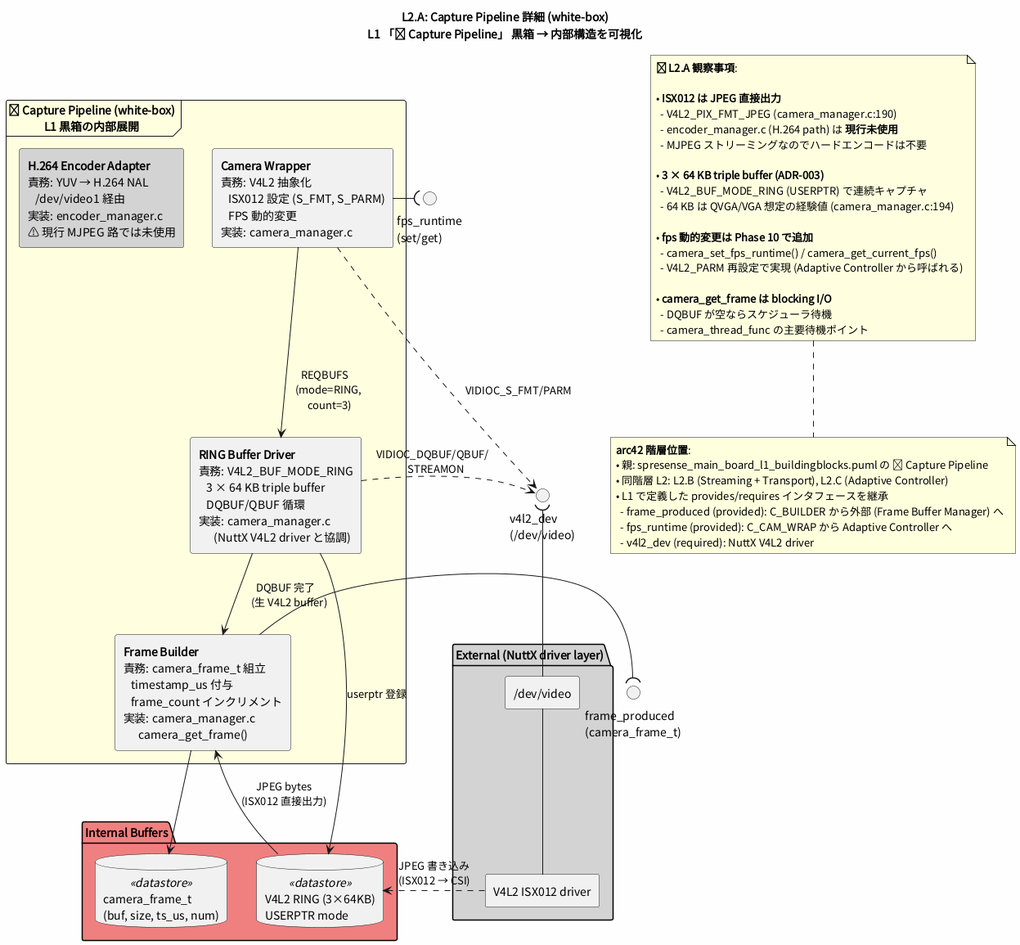
The PlantUML diagram docs/security_camera/02_specifications/architecture/spresense_main_board_l2a_capture.png in ken11111/Spr_wk, before a commit.
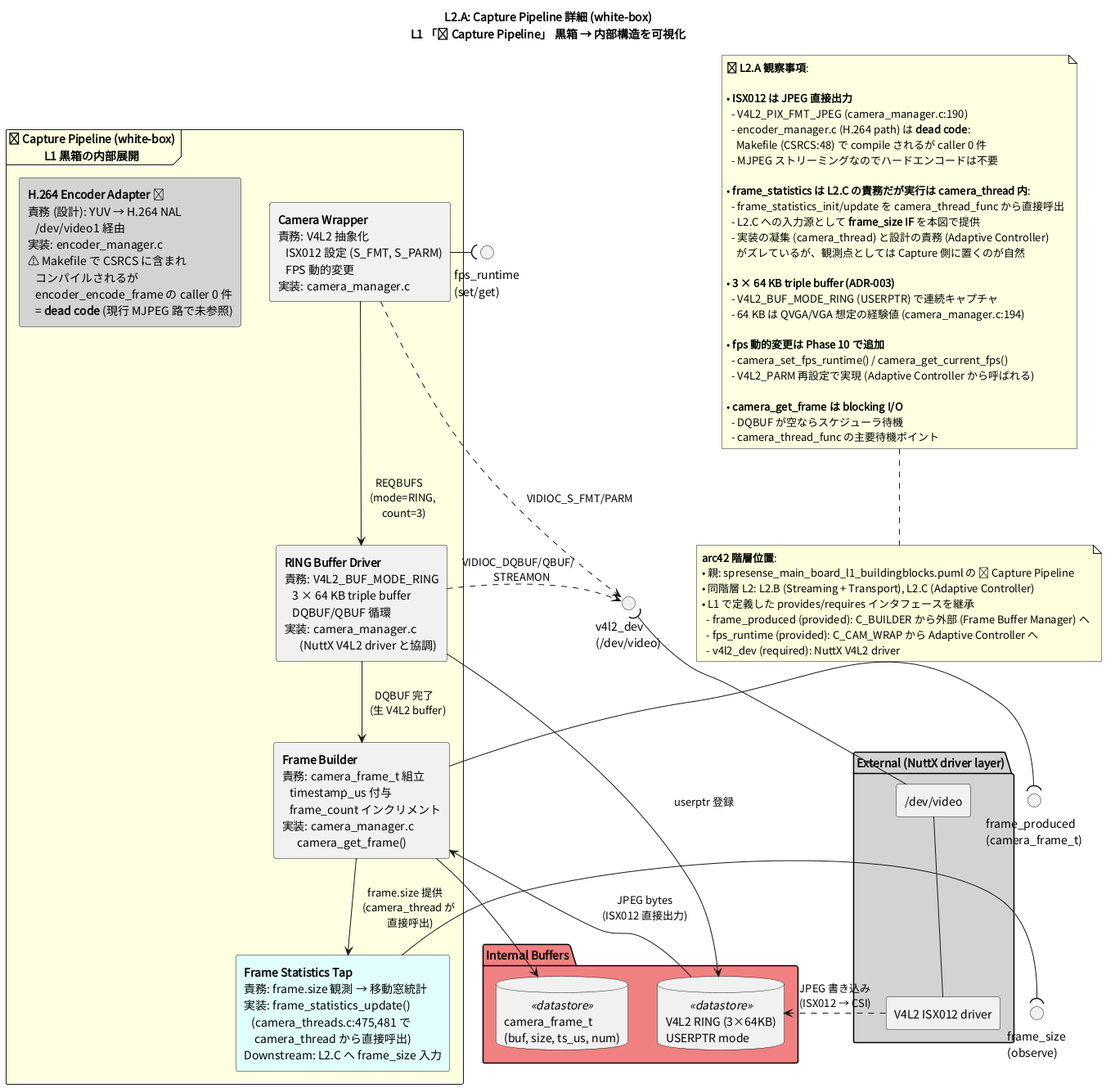
The same file after the commit.

The edit, as a diff of the source:
```diff
@@ -13,21 +13,26 @@
 
   component "**Frame Builder**\n責務: camera_frame_t 組立\n   timestamp_us 付与\n   frame_count インクリメント\n実装: camera_manager.c\n      camera_get_frame()" as C_BUILDER
 
-  component "**H.264 Encoder Adapter**\n責務: YUV → H.264 NAL\n   /dev/video1 経由\n実装: encoder_manager.c\n⚠ 現行 MJPEG 路では未使用" as C_H264 #LightGray
+  component "**Frame Statistics Tap**\n責務: frame.size 観測 → 移動窓統計\n実装: frame_statistics_update()\n   (camera_threads.c:475,481 で\n    camera_thread から直接呼出)\nDownstream: L2.C へ frame_size 入力" as C_STATS_TAP #LightCyan
+
+  component "**H.264 Encoder Adapter** ❌\n責務 (設計): YUV → H.264 NAL\n   /dev/video1 経由\n実装: encoder_manager.c\n⚠ Makefile で CSRCS に含まれ\n   コンパイルされるが\n   encoder_encode_frame の caller 0 件\n   = **dead code** (現行 MJPEG 路で未参照)" as C_H264 #LightGray
 }
 
 () "v4l2_dev\n(/dev/video)" as I_V4L2_DEV
 () "frame_produced\n(camera_frame_t)" as I_FRAME_OUT
 () "fps_runtime\n(set/get)" as I_FPS_API
+() "frame_size\n(observe)" as I_FSIZE
 
 C_CAM_WRAP   ..> I_V4L2_DEV : "VIDIOC_S_FMT/PARM"
 C_RING       ..> I_V4L2_DEV : "VIDIOC_DQBUF/QBUF/\n   STREAMON"
 
 C_BUILDER    -( I_FRAME_OUT
 C_CAM_WRAP   -( I_FPS_API
+C_STATS_TAP  -( I_FSIZE
 
 C_CAM_WRAP --> C_RING    : "REQBUFS\n   (mode=RING,\n    count=3)"
 C_RING     --> C_BUILDER : "DQBUF 完了\n   (生 V4L2 buffer)"
+C_BUILDER  --> C_STATS_TAP : "frame.size 提供\n   (camera_thread が\n    直接呼出)"
 
 package "Internal Buffers" #LightCoral {
   database "V4L2 RING (3×64KB)\nUSERPTR mode" as D_RING <<datastore>>
@@ -51,8 +56,15 @@
 
   • **ISX012 は JPEG 直接出力**
     - V4L2_PIX_FMT_JPEG (camera_manager.c:190)
-    - encoder_manager.c (H.264 path) は **現行未使用**
+    - encoder_manager.c (H.264 path) は **dead code**:
+      Makefile (CSRCS:48) で compile されるが caller 0 件
     - MJPEG ストリーミングなのでハードエンコードは不要
+
+  • **frame_statistics は L2.C の責務だが実行は camera_thread 内**:
+    - frame_statistics_init/update を camera_thread_func から直接呼出
+    - L2.C への入力源として **frame_size IF** を本図で提供
+    - 実装の凝集 (camera_thread) と設計の責務 (Adaptive Controller)
+      がズレているが、観測点としては Capture 側に置くのが自然
 
   • **3 × 64 KB triple buffer (ADR-003)**
     - V4L2_BUF_MODE_RING (USERPTR) で連続キャプチャ
```
